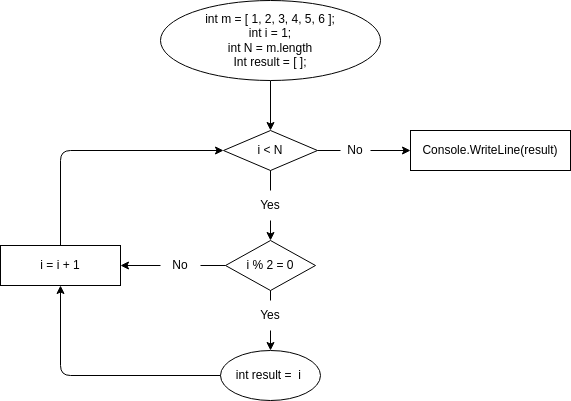
Before: seminars/seminars_1/ex_002/diagram.drawio.png, a diagram exported from draw.io (Lucomorye/c-230223-). Source tidied: cells renumbered, new cells last; positions are measured from the earlier drawing's top-left corner, leaving out a move shared by most shapes.
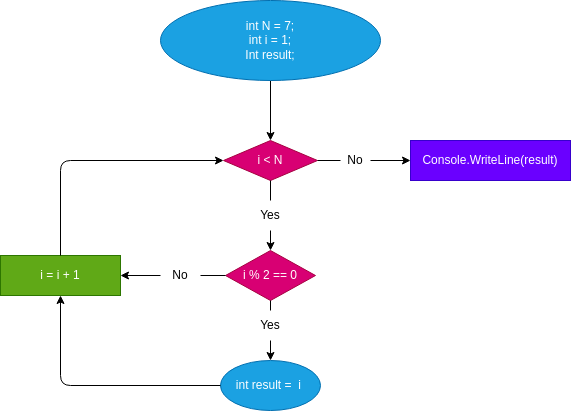
After the commit.

Commit message:
ЗАДАЧА 2 НАПИСАЛ КОД И ПОПРАВИЛ БЛОК СХЕМУ

What changed in the source:
```diff
@@ -5,8 +5,8 @@
     <mxCell id="2" style="edgeStyle=none;html=1;" parent="1" edge="1" source="3" target="10">
       <mxGeometry relative="1" as="geometry" />
     </mxCell>
-    <mxCell id="3" value="int m = [ 1, 2, 3, 4, 5, 6 ];&lt;br&gt;int i = 1;&lt;br&gt;int N = m.length&lt;br&gt;Int result = [ ];" style="ellipse;whiteSpace=wrap;html=1;" parent="1" vertex="1">
-      <mxGeometry x="160" width="220" height="80" as="geometry" />
+    <mxCell id="3" value="int N = 7;&lt;br&gt;int i = 1;&lt;br&gt;Int result;" style="ellipse;whiteSpace=wrap;html=1;fillColor=#1ba1e2;fontColor=#ffffff;strokeColor=#006EAF;" parent="1" vertex="1">
+      <mxGeometry x="160" y="-10" width="220" height="80" as="geometry" />
     </mxCell>
     <mxCell id="4" style="edgeStyle=none;html=1;startArrow=none;" parent="1" edge="1" source="18" target="12">
       <mxGeometry relative="1" as="geometry" />
@@ -14,10 +14,10 @@
     <mxCell id="5" style="edgeStyle=none;html=1;startArrow=none;" parent="1" edge="1" source="20" target="11">
       <mxGeometry relative="1" as="geometry" />
     </mxCell>
-    <mxCell id="6" value="i % 2 = 0" style="rhombus;whiteSpace=wrap;html=1;" parent="1" vertex="1">
+    <mxCell id="6" value="i % 2 == 0" style="rhombus;whiteSpace=wrap;html=1;fillColor=#d80073;fontColor=#ffffff;strokeColor=#A50040;" parent="1" vertex="1">
       <mxGeometry x="225" y="240" width="90" height="50" as="geometry" />
     </mxCell>
-    <mxCell id="7" value="Console.WriteLine(result)" style="whiteSpace=wrap;html=1;" parent="1" vertex="1">
+    <mxCell id="7" value="Console.WriteLine(result)" style="whiteSpace=wrap;html=1;fillColor=#6a00ff;fontColor=#ffffff;strokeColor=#3700CC;" parent="1" vertex="1">
       <mxGeometry x="410" y="130" width="160" height="40" as="geometry" />
     </mxCell>
     <mxCell id="8" style="edgeStyle=none;html=1;startArrow=none;" parent="1" edge="1" source="14" target="7">
@@ -26,13 +26,13 @@
     <mxCell id="9" style="edgeStyle=none;html=1;startArrow=none;" parent="1" edge="1" source="16" target="6">
       <mxGeometry relative="1" as="geometry" />
     </mxCell>
-    <mxCell id="10" value="i &amp;lt; N" style="rhombus;whiteSpace=wrap;html=1;" parent="1" vertex="1">
+    <mxCell id="10" value="i &amp;lt; N" style="rhombus;whiteSpace=wrap;html=1;fillColor=#d80073;fontColor=#ffffff;strokeColor=#A50040;" parent="1" vertex="1">
       <mxGeometry x="223" y="130" width="94" height="40" as="geometry" />
     </mxCell>
-    <mxCell id="11" value="i = i + 1" style="whiteSpace=wrap;html=1;" parent="1" vertex="1">
+    <mxCell id="11" value="i = i + 1" style="whiteSpace=wrap;html=1;fillColor=#60a917;fontColor=#ffffff;strokeColor=#2D7600;" parent="1" vertex="1">
       <mxGeometry y="245" width="120" height="40" as="geometry" />
     </mxCell>
-    <mxCell id="12" value="int result =&amp;nbsp; i&amp;nbsp;" style="ellipse;whiteSpace=wrap;html=1;" parent="1" vertex="1">
+    <mxCell id="12" value="int result =&amp;nbsp; i&amp;nbsp;" style="ellipse;whiteSpace=wrap;html=1;fillColor=#1ba1e2;fontColor=#ffffff;strokeColor=#006EAF;" parent="1" vertex="1">
       <mxGeometry x="220" y="350" width="100" height="50" as="geometry" />
     </mxCell>
     <mxCell id="13" style="edgeStyle=none;html=1;endArrow=none;" parent="1" edge="1" source="10" target="14">
```
